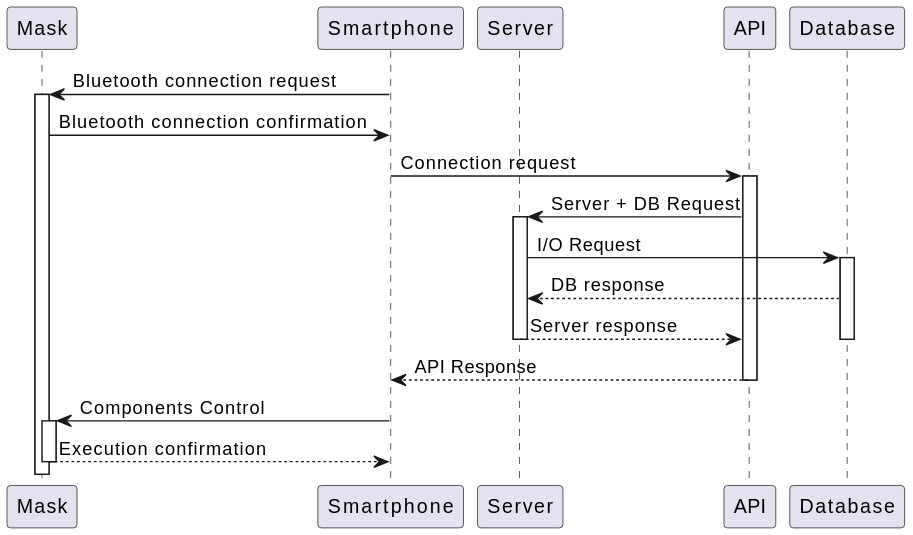
Before: diagrams/maskup_general.svg, a diagram exported from PlantUML (MaskUp-Org/Models).
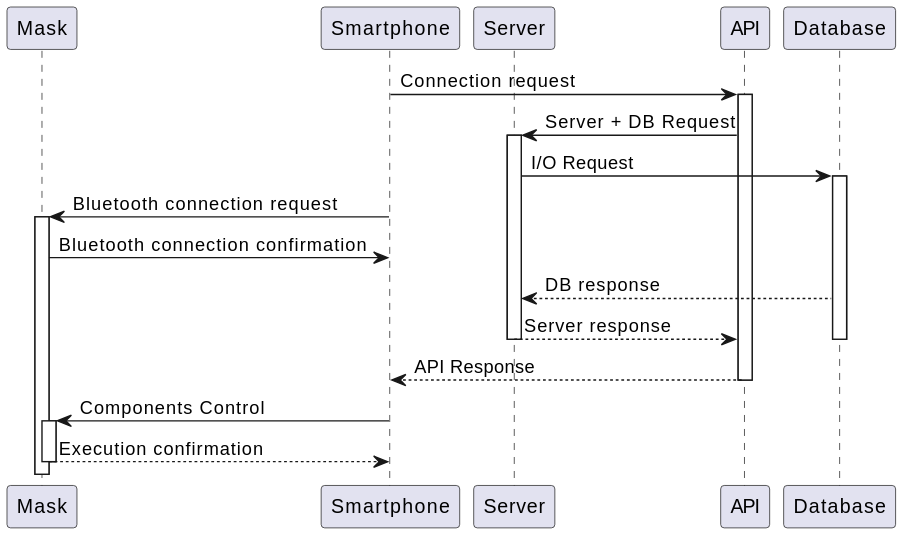
The same file after the commit.

What changed in the source:
```diff
@@ -5,15 +5,16 @@
 participant API
 participant "Database" as DB
 
-Smartphone -> Mask: Bluetooth connection request
-activate Mask
-Mask -> Smartphone: Bluetooth connection confirmation
+
 Smartphone -> API: Connection request
 activate API
 API -> Server: Server + DB Request
 activate Server
 Server -> DB: I/O Request
 activate DB
+Smartphone -> Mask: Bluetooth connection request
+activate Mask
+Mask -> Smartphone: Bluetooth connection confirmation
 DB --> Server: DB response
 Server --> API: Server response
 deactivate DB
```
